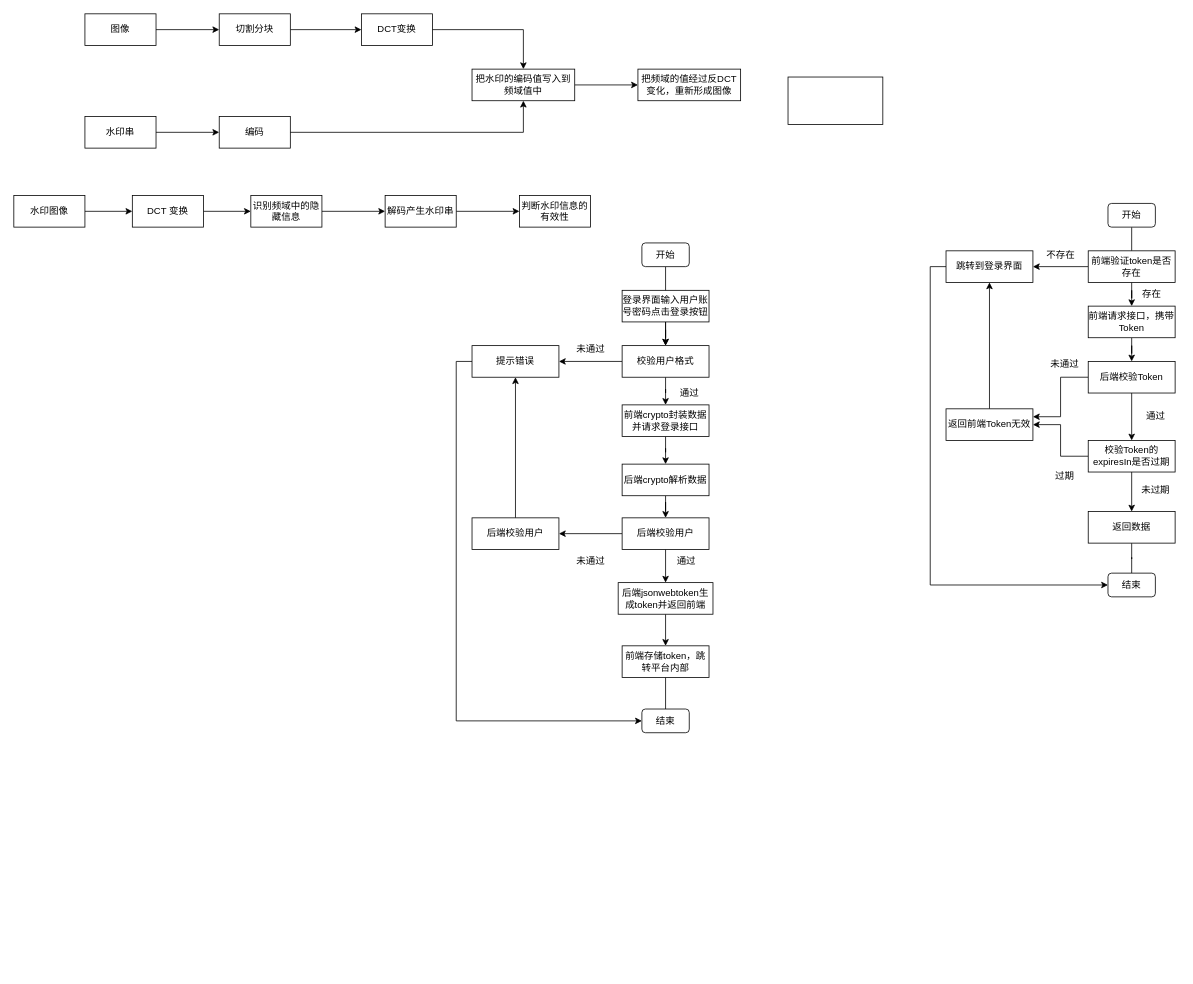
Before: 主体管理模块.drawio in yuxinyu12345/diagrams, a draw.io diagram. Source tidied: cells renumbered, new cells numbered last; positions are measured from the earlier drawing's top-left corner, leaving out a move shared by most shapes. Both pictures are drawn from the tidied source at 79%, with x=0, y=0 at pixel (13, 13).
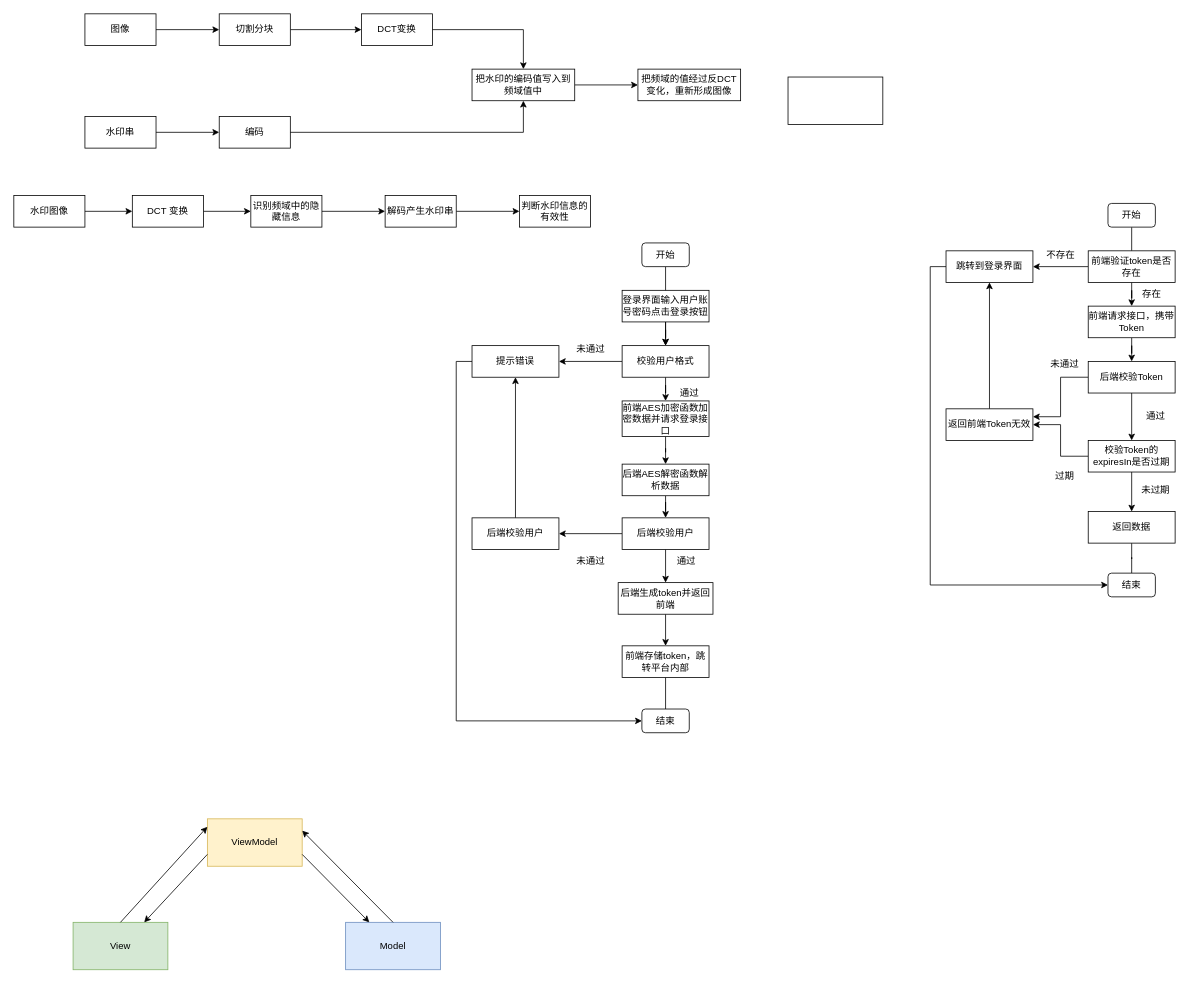
Above is the later version.

Commit message:
更新主体管理模块.drawio

What changed in the source:
```diff
@@
-    <mxCell id="13" value="前端crypto封装数据并请求登录接口" style="rounded=0;whiteSpace=wrap;html=1;" parent="1" vertex="1">
-      <mxGeometry x="770" y="495" width="110" height="40" as="geometry" />
+    <mxCell id="13" value="前端AES加密函数加密数据并请求登录接口" style="rounded=0;whiteSpace=wrap;html=1;" parent="1" vertex="1">
+      <mxGeometry x="770" y="490" width="110" height="45" as="geometry" />
     </mxCell>
@@
-    <mxCell id="15" value="后端crypto解析数据" style="rounded=0;whiteSpace=wrap;html=1;" parent="1" vertex="1">
+    <mxCell id="15" value="后端AES解密函数解析数据" style="rounded=0;whiteSpace=wrap;html=1;" parent="1" vertex="1">
       <mxGeometry x="770" y="570" width="110" height="40" as="geometry" />
     </mxCell>
@@
-    <mxCell id="23" value="后端jsonwebtoken生成token并返回前端" style="rounded=0;whiteSpace=wrap;html=1;" parent="1" vertex="1">
+    <mxCell id="23" value="后端生成token并返回前端" style="rounded=0;whiteSpace=wrap;html=1;" parent="1" vertex="1">
       <mxGeometry x="765" y="720" width="120" height="40" as="geometry" />
     </mxCell>
@@
+    <mxCell id="78" value="View" style="rounded=0;whiteSpace=wrap;html=1;fillColor=#d5e8d4;strokeColor=#82b366;" parent="1" vertex="1">
+      <mxGeometry x="75" y="1150" width="120" height="60" as="geometry" />
+    </mxCell>
+    <mxCell id="79" value="ViewModel" style="rounded=0;whiteSpace=wrap;html=1;fillColor=#fff2cc;strokeColor=#d6b656;" parent="1" vertex="1">
+      <mxGeometry x="245" y="1019" width="120" height="60" as="geometry" />
+    </mxCell>
+    <mxCell id="80" value="Model" style="rounded=0;whiteSpace=wrap;html=1;fillColor=#dae8fc;strokeColor=#6c8ebf;" parent="1" vertex="1">
+      <mxGeometry x="420" y="1150" width="120" height="60" as="geometry" />
+    </mxCell>
+    <mxCell id="81" style="endArrow=classic;html=1;rounded=0;exitX=0.5;exitY=0;exitDx=0;exitDy=0;entryX=0;entryY=0.168;entryDx=0;entryDy=0;entryPerimeter=0;" parent="1" edge="1" source="78" target="79">
+      <mxGeometry relative="1" as="geometry" />
+    </mxCell>
+    <mxCell id="82" style="endArrow=classic;html=1;rounded=0;exitX=0;exitY=0.75;exitDx=0;exitDy=0;entryX=0.75;entryY=0;entryDx=0;entryDy=0;" parent="1" edge="1" source="79" target="78">
+      <mxGeometry relative="1" as="geometry" />
+    </mxCell>
+    <mxCell id="83" style="endArrow=classic;html=1;rounded=0;exitX=0.5;exitY=0;exitDx=0;exitDy=0;entryX=1;entryY=0.25;entryDx=0;entryDy=0;" parent="1" edge="1" source="80" target="79">
+      <mxGeometry relative="1" as="geometry" />
+    </mxCell>
+    <mxCell id="84" style="endArrow=classic;html=1;rounded=0;exitX=1;exitY=0.75;exitDx=0;exitDy=0;entryX=0.25;entryY=0;entryDx=0;entryDy=0;" parent="1" edge="1" source="79" target="80">
+      <mxGeometry relative="1" as="geometry" />
+    </mxCell>
```
